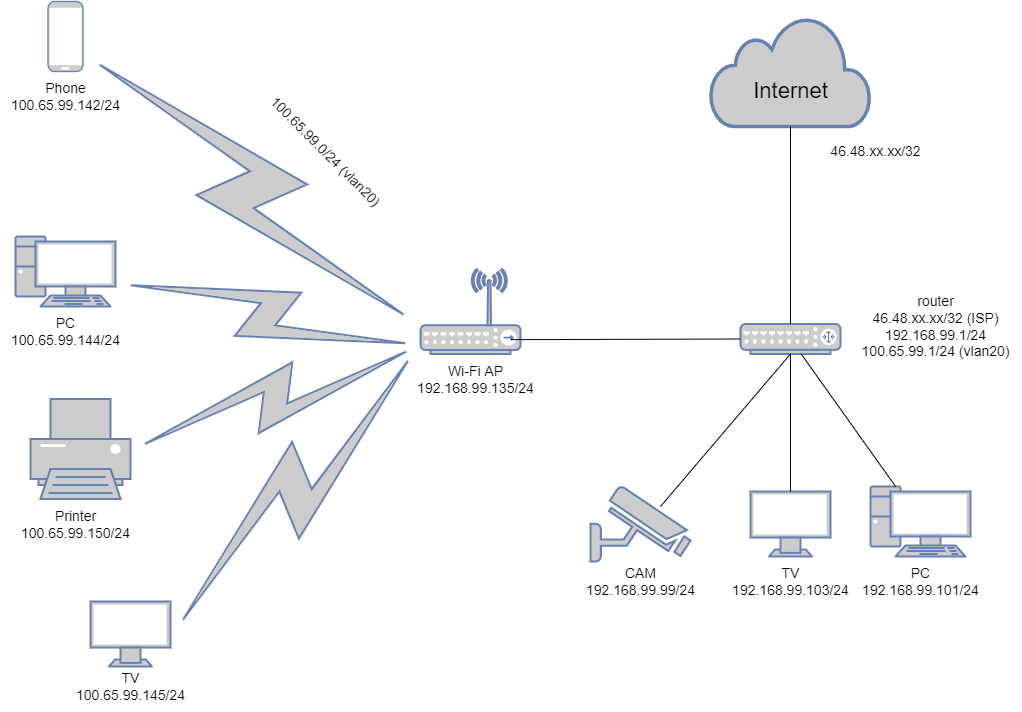
The draw.io diagram Basics_of_System_Administration/home_net.png in bvadm/devops-netology, before a commit. Source tidied: cells renumbered, new cells last; positions are measured from the earlier drawing's top-left corner, leaving out a move shared by most shapes.
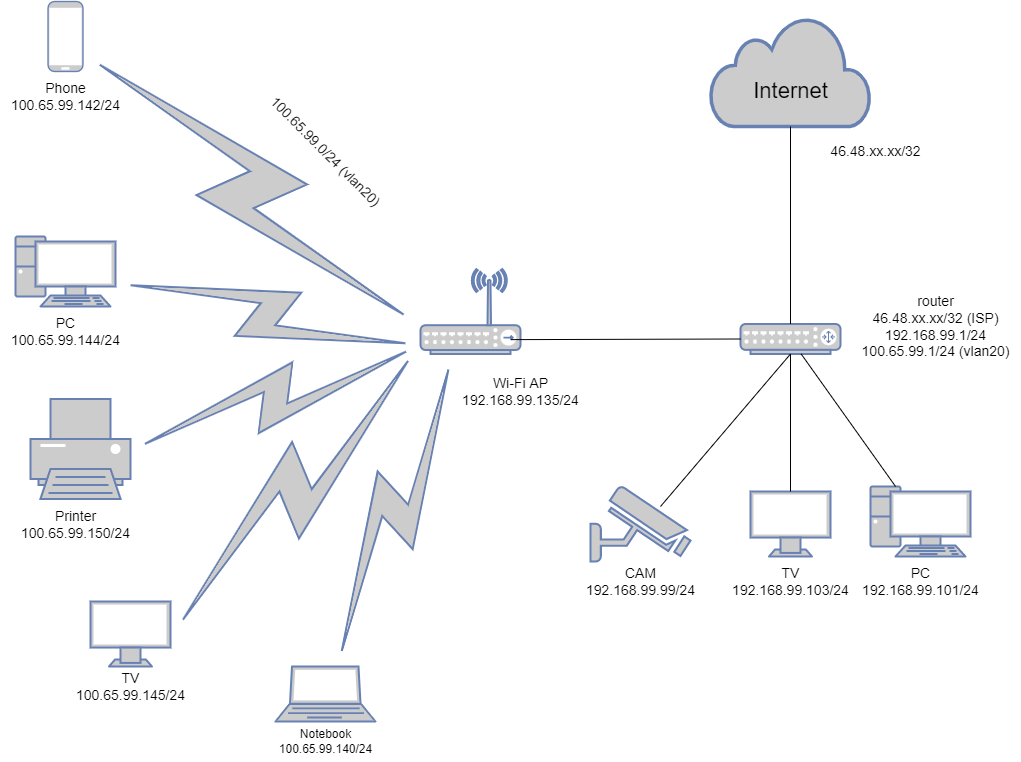
The same file after the commit.

What changed in the source:
```diff
@@ -83,7 +83,7 @@
       <mxGeometry x="575" y="555" width="130" height="50" as="geometry" />
     </mxCell>
     <mxCell id="26" value="Wi-Fi AP&lt;br&gt;192.168.99.135/24" style="text;html=1;align=center;verticalAlign=middle;fillColor=none;strokeColor=none;rounded=0;fontSize=14;" parent="1" vertex="1">
-      <mxGeometry x="405" y="352.5" width="140" height="50" as="geometry" />
+      <mxGeometry x="450" y="365" width="140" height="50" as="geometry" />
     </mxCell>
     <mxCell id="27" value="Phone&lt;br&gt;100.65.99.142/24" style="text;html=1;align=center;verticalAlign=middle;fillColor=none;strokeColor=none;rounded=0;fontSize=14;" parent="1" vertex="1">
       <mxGeometry y="70" width="130" height="50" as="geometry" />
@@ -103,5 +103,14 @@
     <mxCell id="32" value="100.65.99.0/24 (vlan20)" style="text;html=1;align=center;verticalAlign=middle;fillColor=none;strokeColor=none;rounded=0;fontSize=14;rotation=45;" parent="1" vertex="1">
       <mxGeometry x="240" y="135" width="170" height="30" as="geometry" />
     </mxCell>
+    <mxCell id="33" style="fontColor=#0066CC;verticalAlign=top;verticalLabelPosition=bottom;labelPosition=center;align=center;html=1;outlineConnect=0;fillColor=#CCCCCC;strokeColor=#6881B3;gradientColor=none;gradientDirection=north;strokeWidth=2;shape=mxgraph.networks.laptop;" parent="1" vertex="1">
+      <mxGeometry x="275" y="665" width="100" height="55" as="geometry" />
+    </mxCell>
+    <mxCell id="34" style="html=1;outlineConnect=0;fillColor=#CCCCCC;strokeColor=#6881B3;gradientColor=none;gradientDirection=north;strokeWidth=2;shape=mxgraph.networks.comm_link_edge;html=1;rounded=0;" parent="1" edge="1" source="33" target="3">
+      <mxGeometry relative="1" as="geometry" />
+    </mxCell>
+    <mxCell id="35" value="Notebook&lt;br&gt;100.65.99.140/24" style="text;html=1;align=center;verticalAlign=middle;fillColor=none;strokeColor=none;rounded=0;" parent="1" vertex="1">
+      <mxGeometry x="265" y="720" width="120" height="40" as="geometry" />
+    </mxCell>
   </root>
 </mxGraphModel>
```
